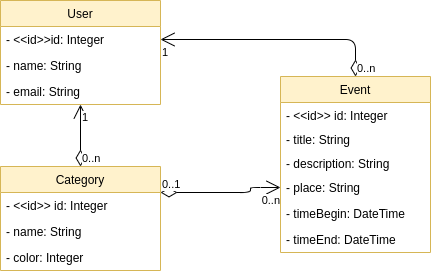
GPMS/trabalhoDAW keeps this draw.io diagram as Modelo_Conceitual.png. Above is the earlier version. Source tidied: cells renumbered, new cells last; positions are measured from the earlier drawing's top-left corner, leaving out a move shared by most shapes.
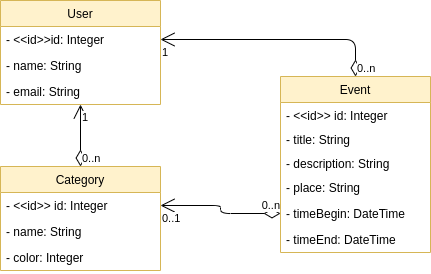
Above is the later version.

Diff of the diagram source:
```diff
@@ -74,18 +74,18 @@
     <mxCell id="22" value="1" style="edgeLabel;html=1;align=left;verticalAlign=top;labelPosition=right;verticalLabelPosition=bottom;" parent="20" vertex="1">
       <mxGeometry x="1" relative="1" as="geometry" />
     </mxCell>
-    <mxCell id="23" style="endArrow=open;html=1;endSize=12;startArrow=diamondThin;startSize=14;startFill=0;edgeStyle=orthogonalEdgeStyle;exitX=1;exitY=0.25;exitDx=0;exitDy=0;entryX=0;entryY=0.5;entryDx=0;entryDy=0;" parent="1" edge="1" source="13" target="10">
+    <mxCell id="23" style="endArrow=open;html=1;endSize=12;startArrow=diamondThin;startSize=14;startFill=0;edgeStyle=orthogonalEdgeStyle;entryX=1;entryY=0.5;entryDx=0;entryDy=0;exitX=0;exitY=0.5;exitDx=0;exitDy=0;" parent="1" edge="1" source="11" target="14">
       <mxGeometry relative="1" as="geometry">
         <Array as="points">
-          <mxPoint x="250" y="192" />
-          <mxPoint x="250" y="187" />
+          <mxPoint x="220" y="213" />
+          <mxPoint x="220" y="205" />
         </Array>
       </mxGeometry>
     </mxCell>
-    <mxCell id="24" value="0..1" style="edgeLabel;html=1;align=left;verticalAlign=bottom;labelPosition=right;verticalLabelPosition=top;" parent="23" vertex="1">
+    <mxCell id="24" value="0..n" style="edgeLabel;html=1;align=right;verticalAlign=bottom;labelPosition=left;verticalLabelPosition=top;" parent="23" vertex="1">
       <mxGeometry x="-1" relative="1" as="geometry" />
     </mxCell>
-    <mxCell id="25" value="0..n" style="edgeLabel;html=1;align=right;verticalAlign=top;labelPosition=left;verticalLabelPosition=bottom;" parent="23" vertex="1">
+    <mxCell id="25" value="0..1" style="edgeLabel;html=1;align=left;verticalAlign=top;labelPosition=right;verticalLabelPosition=bottom;" parent="23" vertex="1">
       <mxGeometry x="1" relative="1" as="geometry" />
     </mxCell>
   </root>
```
